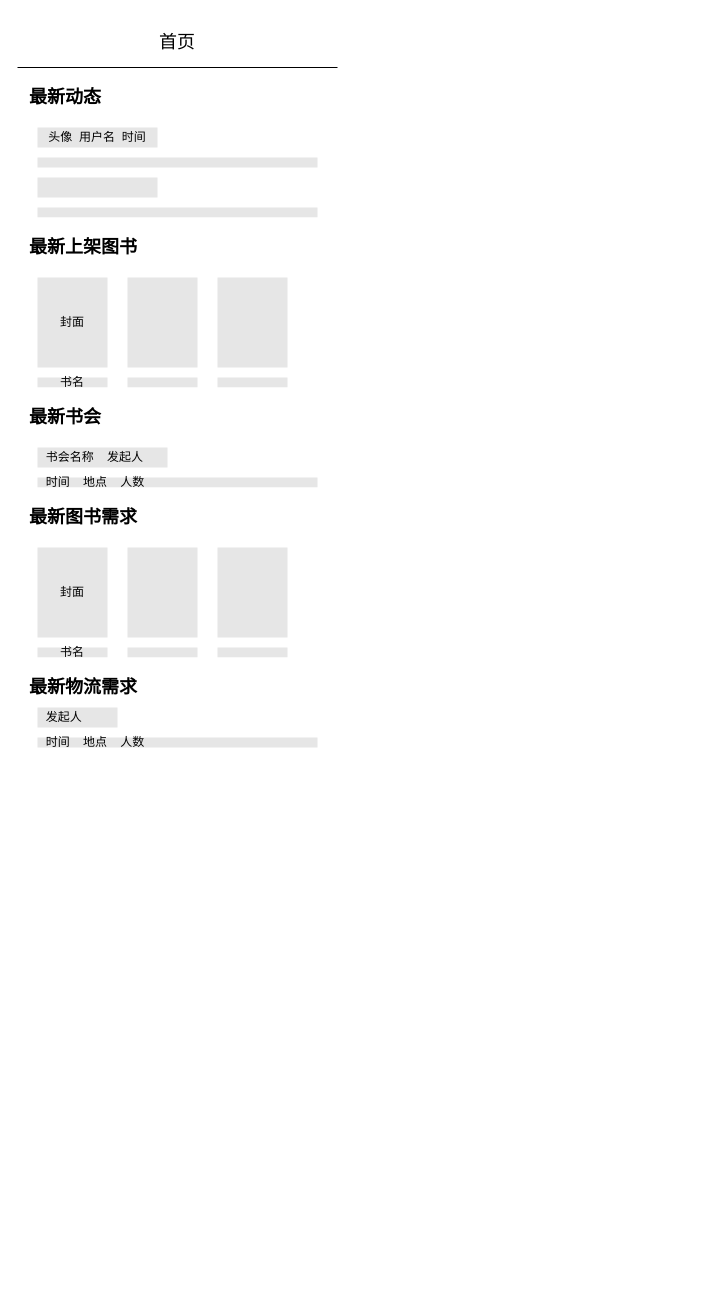
This is design/Wireframes.drawio from New-Citizen-Program/WavePure, a draw.io file, before an edit. Source tidied: cells renumbered, new cells numbered last; positions are measured from the earlier drawing's top-left corner, leaving out a move shared by most shapes. Both pictures are drawn from the tidied source at 100%, with x=0, y=0 at pixel (17, 17).
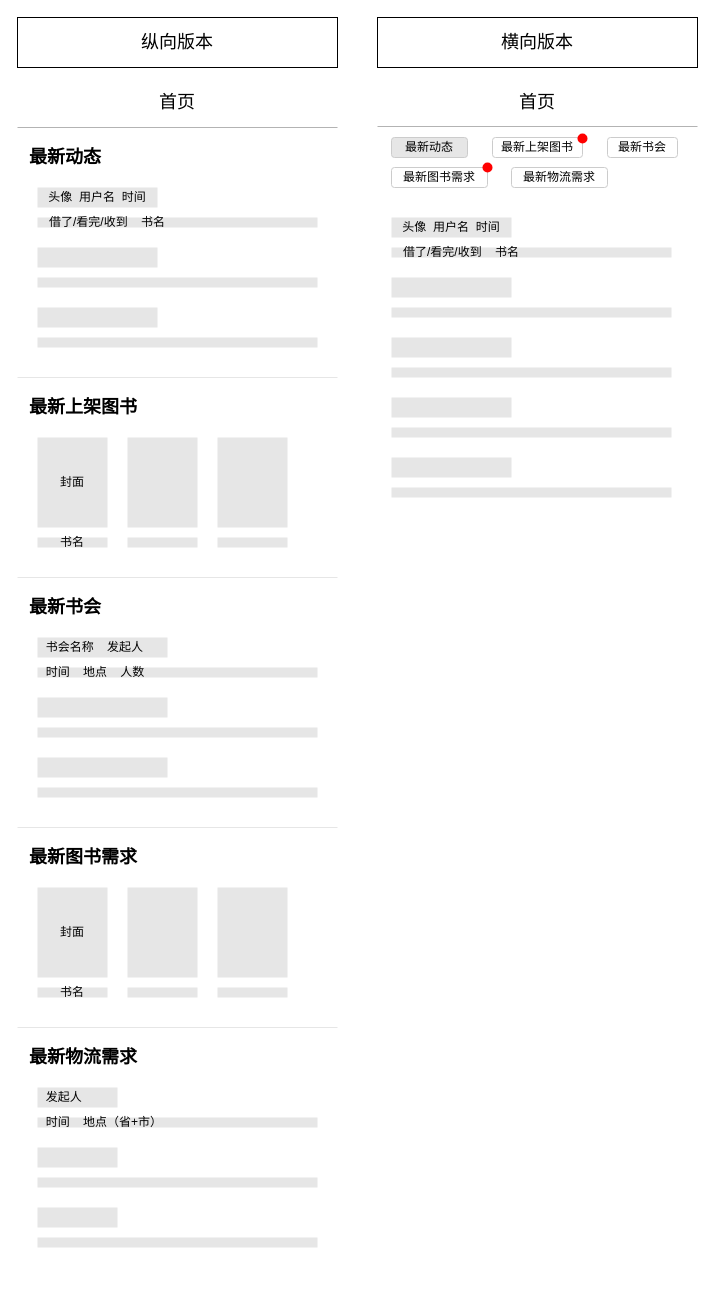
Above is the later version.

What changed in the source:
```diff
@@
     <mxCell id="2" style="rounded=0;whiteSpace=wrap;html=1;fillColor=#ffffff;strokeColor=none;" parent="1" vertex="1">
-      <mxGeometry width="320" height="1000" as="geometry" />
+      <mxGeometry y="60" width="320" height="1200" as="geometry" />
     </mxCell>
     <mxCell id="3" value="&lt;span style=&quot;font-size: 18px&quot;&gt;首页&lt;/span&gt;" style="rounded=0;whiteSpace=wrap;html=1;fillColor=#ffffff;strokeColor=none;" parent="1" vertex="1">
-      <mxGeometry width="320" height="50" as="geometry" />
+      <mxGeometry y="60" width="320" height="50" as="geometry" />
     </mxCell>
     <mxCell id="4" value="&lt;font style=&quot;font-size: 18px&quot;&gt;&lt;b&gt;&amp;nbsp; 最新动态&lt;/b&gt;&lt;/font&gt;" style="rounded=0;whiteSpace=wrap;html=1;fillColor=#ffffff;align=left;strokeColor=none;" parent="1" vertex="1">
-      <mxGeometry y="50" width="320" height="60" as="geometry" />
+      <mxGeometry y="110" width="320" height="60" as="geometry" />
     </mxCell>
     <mxCell id="5" value="头像&amp;nbsp; 用户名&amp;nbsp; 时间" style="rounded=0;whiteSpace=wrap;html=1;fillColor=#E6E6E6;strokeColor=none;" parent="1" vertex="1">
-      <mxGeometry x="20" y="110" width="120" height="20" as="geometry" />
+      <mxGeometry x="20" y="170" width="120" height="20" as="geometry" />
     </mxCell>
-    <mxCell id="6" style="rounded=0;whiteSpace=wrap;html=1;fillColor=#E6E6E6;strokeColor=none;" parent="1" vertex="1">
-      <mxGeometry x="20" y="140" width="280" height="10" as="geometry" />
+    <mxCell id="6" value="&amp;nbsp; &amp;nbsp;借了/看完/收到&amp;nbsp; &amp;nbsp; 书名" style="rounded=0;whiteSpace=wrap;html=1;fillColor=#E6E6E6;strokeColor=none;align=left;" parent="1" vertex="1">
+      <mxGeometry x="20" y="200" width="280" height="10" as="geometry" />
     </mxCell>
-    <mxCell id="7" style="rounded=0;whiteSpace=wrap;html=1;fillColor=#E6E6E6;strokeColor=none;" parent="1" vertex="1">
-      <mxGeometry x="20" y="190" width="280" height="10" as="geometry" />
+    <mxCell id="7" style="rounded=0;whiteSpace=wrap;html=1;fillColor=#E6E6E6;strokeColor=none;align=left;" parent="1" vertex="1">
+      <mxGeometry x="20" y="260" width="280" height="10" as="geometry" />
     </mxCell>
     <mxCell id="8" style="rounded=0;whiteSpace=wrap;html=1;fillColor=#E6E6E6;strokeColor=none;" parent="1" vertex="1">
-      <mxGeometry x="20" y="160" width="120" height="20" as="geometry" />
+      <mxGeometry x="20" y="230" width="120" height="20" as="geometry" />
     </mxCell>
     <mxCell id="9" value="&lt;font style=&quot;font-size: 18px&quot;&gt;&lt;b&gt;&amp;nbsp; 最新上架图书&lt;/b&gt;&lt;/font&gt;" style="rounded=0;whiteSpace=wrap;html=1;fillColor=#ffffff;align=left;strokeColor=none;" parent="1" vertex="1">
-      <mxGeometry y="200" width="320" height="60" as="geometry" />
+      <mxGeometry y="360" width="320" height="60" as="geometry" />
     </mxCell>
     <mxCell id="10" value="封面" style="rounded=0;whiteSpace=wrap;html=1;fillColor=#E6E6E6;strokeColor=none;" parent="1" vertex="1">
-      <mxGeometry x="20" y="260" width="70" height="90" as="geometry" />
+      <mxGeometry x="20" y="420" width="70" height="90" as="geometry" />
     </mxCell>
     <mxCell id="11" style="rounded=0;whiteSpace=wrap;html=1;fillColor=#E6E6E6;strokeColor=none;" parent="1" vertex="1">
-      <mxGeometry x="110" y="260" width="70" height="90" as="geometry" />
+      <mxGeometry x="110" y="420" width="70" height="90" as="geometry" />
     </mxCell>
     <mxCell id="12" style="rounded=0;whiteSpace=wrap;html=1;fillColor=#E6E6E6;strokeColor=none;" parent="1" vertex="1">
-      <mxGeometry x="200" y="260" width="70" height="90" as="geometry" />
+      <mxGeometry x="200" y="420" width="70" height="90" as="geometry" />
     </mxCell>
     <mxCell id="13" value="书名" style="rounded=0;whiteSpace=wrap;html=1;fillColor=#E6E6E6;strokeColor=none;" parent="1" vertex="1">
-      <mxGeometry x="20" y="360" width="70" height="10" as="geometry" />
+      <mxGeometry x="20" y="520" width="70" height="10" as="geometry" />
     </mxCell>
     <mxCell id="14" style="rounded=0;whiteSpace=wrap;html=1;fillColor=#E6E6E6;strokeColor=none;" parent="1" vertex="1">
-      <mxGeometry x="110" y="360" width="70" height="10" as="geometry" />
+      <mxGeometry x="110" y="520" width="70" height="10" as="geometry" />
     </mxCell>
     <mxCell id="15" style="rounded=0;whiteSpace=wrap;html=1;fillColor=#E6E6E6;strokeColor=none;" parent="1" vertex="1">
-      <mxGeometry x="200" y="360" width="70" height="10" as="geometry" />
+      <mxGeometry x="200" y="520" width="70" height="10" as="geometry" />
     </mxCell>
     <mxCell id="16" value="&lt;font style=&quot;font-size: 18px&quot;&gt;&lt;b&gt;&amp;nbsp; 最新书会&lt;/b&gt;&lt;/font&gt;" style="rounded=0;whiteSpace=wrap;html=1;fillColor=#ffffff;align=left;strokeColor=none;" parent="1" vertex="1">
-      <mxGeometry y="370" width="320" height="60" as="geometry" />
+      <mxGeometry y="560" width="320" height="60" as="geometry" />
     </mxCell>
-    <mxCell id="17" style="endArrow=none;html=1;exitX=1;exitY=0;exitDx=0;exitDy=0;entryX=0;entryY=0;entryDx=0;entryDy=0;" parent="1" edge="1" source="4" target="4">
+    <mxCell id="17" style="endArrow=none;html=1;exitX=1;exitY=0;exitDx=0;exitDy=0;entryX=0;entryY=0;entryDx=0;entryDy=0;strokeColor=#B3B3B3;" parent="1" edge="1" source="4" target="4">
       <mxGeometry relative="1" as="geometry" />
     </mxCell>
     <mxCell id="18" value="&amp;nbsp; 书会名称&amp;nbsp; &amp;nbsp; 发起人" style="rounded=0;whiteSpace=wrap;html=1;fillColor=#E6E6E6;strokeColor=none;align=left;" parent="1" vertex="1">
-      <mxGeometry x="20" y="430" width="130" height="20" as="geometry" />
+      <mxGeometry x="20" y="620" width="130" height="20" as="geometry" />
     </mxCell>
     <mxCell id="19" value="&lt;span&gt;&amp;nbsp; 时间&amp;nbsp; &amp;nbsp; 地点&amp;nbsp; &amp;nbsp; 人数&lt;/span&gt;" style="rounded=0;whiteSpace=wrap;html=1;fillColor=#E6E6E6;strokeColor=none;align=left;" parent="1" vertex="1">
-      <mxGeometry x="20" y="460" width="280" height="10" as="geometry" />
+      <mxGeometry x="20" y="650" width="280" height="10" as="geometry" />
     </mxCell>
     <mxCell id="20" value="&lt;font style=&quot;font-size: 18px&quot;&gt;&lt;b&gt;&amp;nbsp; 最新图书需求&lt;/b&gt;&lt;/font&gt;" style="rounded=0;whiteSpace=wrap;html=1;fillColor=#ffffff;align=left;strokeColor=none;" parent="1" vertex="1">
-      <mxGeometry y="470" width="320" height="60" as="geometry" />
+      <mxGeometry y="810" width="320" height="60" as="geometry" />
     </mxCell>
     <mxCell id="21" value="封面" style="rounded=0;whiteSpace=wrap;html=1;fillColor=#E6E6E6;strokeColor=none;" parent="1" vertex="1">
-      <mxGeometry x="20" y="530" width="70" height="90" as="geometry" />
+      <mxGeometry x="20" y="870" width="70" height="90" as="geometry" />
     </mxCell>
     <mxCell id="22" style="rounded=0;whiteSpace=wrap;html=1;fillColor=#E6E6E6;strokeColor=none;" parent="1" vertex="1">
-      <mxGeometry x="110" y="530" width="70" height="90" as="geometry" />
+      <mxGeometry x="110" y="870" width="70" height="90" as="geometry" />
     </mxCell>
     <mxCell id="23" style="rounded=0;whiteSpace=wrap;html=1;fillColor=#E6E6E6;strokeColor=none;" parent="1" vertex="1">
-      <mxGeometry x="200" y="530" width="70" height="90" as="geometry" />
+      <mxGeometry x="200" y="870" width="70" height="90" as="geometry" />
     </mxCell>
     <mxCell id="24" value="书名" style="rounded=0;whiteSpace=wrap;html=1;fillColor=#E6E6E6;strokeColor=none;" parent="1" vertex="1">
-      <mxGeometry x="20" y="630" width="70" height="10" as="geometry" />
+      <mxGeometry x="20" y="970" width="70" height="10" as="geometry" />
     </mxCell>
     <mxCell id="25" style="rounded=0;whiteSpace=wrap;html=1;fillColor=#E6E6E6;strokeColor=none;" parent="1" vertex="1">
-      <mxGeometry x="110" y="630" width="70" height="10" as="geometry" />
+      <mxGeometry x="110" y="970" width="70" height="10" as="geometry" />
     </mxCell>
     <mxCell id="26" style="rounded=0;whiteSpace=wrap;html=1;fillColor=#E6E6E6;strokeColor=none;" parent="1" vertex="1">
-      <mxGeometry x="200" y="630" width="70" height="10" as="geometry" />
+      <mxGeometry x="200" y="970" width="70" height="10" as="geometry" />
     </mxCell>
     <mxCell id="27" value="&lt;font style=&quot;font-size: 18px&quot;&gt;&lt;b&gt;&amp;nbsp; 最新物流需求&lt;/b&gt;&lt;/font&gt;" style="rounded=0;whiteSpace=wrap;html=1;fillColor=#ffffff;align=left;strokeColor=none;" parent="1" vertex="1">
-      <mxGeometry y="640" width="320" height="60" as="geometry" />
+      <mxGeometry y="1010" width="320" height="60" as="geometry" />
     </mxCell>
     <mxCell id="28" value="&amp;nbsp; 发起人" style="rounded=0;whiteSpace=wrap;html=1;fillColor=#E6E6E6;strokeColor=none;align=left;" parent="1" vertex="1">
-      <mxGeometry x="20" y="690" width="80" height="20" as="geometry" />
+      <mxGeometry x="20" y="1070" width="80" height="20" as="geometry" />
     </mxCell>
-    <mxCell id="29" value="&lt;span&gt;&amp;nbsp; 时间&amp;nbsp; &amp;nbsp; 地点&amp;nbsp; &amp;nbsp; 人数&lt;/span&gt;" style="rounded=0;whiteSpace=wrap;html=1;fillColor=#E6E6E6;strokeColor=none;align=left;" parent="1" vertex="1">
-      <mxGeometry x="20" y="720" width="280" height="10" as="geometry" />
+    <mxCell id="29" value="&lt;span&gt;&amp;nbsp; 时间&amp;nbsp; &amp;nbsp; 地点（省+市）&amp;nbsp;&lt;/span&gt;" style="rounded=0;whiteSpace=wrap;html=1;fillColor=#E6E6E6;strokeColor=none;align=left;" parent="1" vertex="1">
+      <mxGeometry x="20" y="1100" width="280" height="10" as="geometry" />
     </mxCell>
+    <mxCell id="30" style="rounded=0;whiteSpace=wrap;html=1;fillColor=#E6E6E6;strokeColor=none;align=left;" parent="1" vertex="1">
+      <mxGeometry x="20" y="320" width="280" height="10" as="geometry" />
+    </mxCell>
+    <mxCell id="31" style="rounded=0;whiteSpace=wrap;html=1;fillColor=#E6E6E6;strokeColor=none;" parent="1" vertex="1">
+      <mxGeometry x="20" y="290" width="120" height="20" as="geometry" />
+    </mxCell>
+    <mxCell id="32" style="endArrow=none;html=1;exitX=1;exitY=0;exitDx=0;exitDy=0;entryX=0;entryY=0;entryDx=0;entryDy=0;strokeColor=#E6E6E6;" parent="1" edge="1">
+      <mxGeometry relative="1" as="geometry">
+        <mxPoint x="320" y="360" as="sourcePoint" />
+        <mxPoint y="360" as="targetPoint" />
+      </mxGeometry>
+    </mxCell>
+    <mxCell id="33" style="endArrow=none;html=1;exitX=1;exitY=0;exitDx=0;exitDy=0;entryX=0;entryY=0;entryDx=0;entryDy=0;strokeColor=#E6E6E6;" parent="1" edge="1">
+      <mxGeometry relative="1" as="geometry">
+        <mxPoint x="320" y="560" as="sourcePoint" />
+        <mxPoint y="560" as="targetPoint" />
+      </mxGeometry>
+    </mxCell>
+    <mxCell id="34" style="rounded=0;whiteSpace=wrap;html=1;fillColor=#E6E6E6;strokeColor=none;align=left;" parent="1" vertex="1">
+      <mxGeometry x="20" y="680" width="130" height="20" as="geometry" />
+    </mxCell>
+    <mxCell id="35" style="rounded=0;whiteSpace=wrap;html=1;fillColor=#E6E6E6;strokeColor=none;align=left;" parent="1" vertex="1">
+      <mxGeometry x="20" y="710" width="280" height="10" as="geometry" />
+    </mxCell>
+    <mxCell id="36" style="rounded=0;whiteSpace=wrap;html=1;fillColor=#E6E6E6;strokeColor=none;align=left;" parent="1" vertex="1">
+      <mxGeometry x="20" y="740" width="130" height="20" as="geometry" />
+    </mxCell>
+    <mxCell id="37" style="rounded=0;whiteSpace=wrap;html=1;fillColor=#E6E6E6;strokeColor=none;align=left;" parent="1" vertex="1">
+      <mxGeometry x="20" y="770" width="280" height="10" as="geometry" />
+    </mxCell>
+    <mxCell id="38" style="endArrow=none;html=1;exitX=1;exitY=0;exitDx=0;exitDy=0;entryX=0;entryY=0;entryDx=0;entryDy=0;strokeColor=#E6E6E6;" parent="1" edge="1">
+      <mxGeometry relative="1" as="geometry">
+        <mxPoint x="320" y="810" as="sourcePoint" />
+        <mxPoint y="810" as="targetPoint" />
+      </mxGeometry>
+    </mxCell>
+    <mxCell id="39" style="endArrow=none;html=1;exitX=1;exitY=0;exitDx=0;exitDy=0;entryX=0;entryY=0;entryDx=0;entryDy=0;strokeColor=#E6E6E6;" parent="1" edge="1">
+      <mxGeometry relative="1" as="geometry">
+        <mxPoint x="320" y="1010" as="sourcePoint" />
+        <mxPoint y="1010" as="targetPoint" />
+      </mxGeometry>
+    </mxCell>
+    <mxCell id="40" style="rounded=0;whiteSpace=wrap;html=1;fillColor=#E6E6E6;strokeColor=none;align=left;" parent="1" vertex="1">
+      <mxGeometry x="20" y="1130" width="80" height="20" as="geometry" />
+    </mxCell>
+    <mxCell id="41" style="rounded=0;whiteSpace=wrap;html=1;fillColor=#E6E6E6;strokeColor=none;align=left;" parent="1" vertex="1">
+      <mxGeometry x="20" y="1160" width="280" height="10" as="geometry" />
+    </mxCell>
+    <mxCell id="42" style="rounded=0;whiteSpace=wrap;html=1;fillColor=#E6E6E6;strokeColor=none;align=left;" parent="1" vertex="1">
+      <mxGeometry x="20" y="1190" width="80" height="20" as="geometry" />
+    </mxCell>
+    <mxCell id="43" style="rounded=0;whiteSpace=wrap;html=1;fillColor=#E6E6E6;strokeColor=none;align=left;" parent="1" vertex="1">
+      <mxGeometry x="20" y="1220" width="280" height="10" as="geometry" />
+    </mxCell>
+    <mxCell id="44" style="rounded=0;whiteSpace=wrap;html=1;fillColor=#ffffff;strokeColor=none;" parent="1" vertex="1">
+      <mxGeometry x="360" y="60" width="320" height="540" as="geometry" />
+    </mxCell>
+    <mxCell id="45" value="&lt;span style=&quot;font-size: 18px&quot;&gt;首页&lt;/span&gt;" style="rounded=0;whiteSpace=wrap;html=1;fillColor=#ffffff;strokeColor=none;" parent="1" vertex="1">
+      <mxGeometry x="360" y="60" width="320" height="50" as="geometry" />
+    </mxCell>
+    <mxCell id="46" value="&lt;span style=&quot;font-size: 18px&quot;&gt;纵向版本&lt;/span&gt;" style="rounded=0;whiteSpace=wrap;html=1;fillColor=#ffffff;" parent="1" vertex="1">
+      <mxGeometry width="320" height="50" as="geometry" />
+    </mxCell>
+    <mxCell id="47" value="&lt;span style=&quot;font-size: 18px&quot;&gt;横向版本&lt;/span&gt;" style="rounded=0;whiteSpace=wrap;html=1;fillColor=#ffffff;" parent="1" vertex="1">
+      <mxGeometry x="360" width="320" height="50" as="geometry" />
+    </mxCell>
+    <mxCell id="48" style="endArrow=none;html=1;exitX=1;exitY=0;exitDx=0;exitDy=0;entryX=0;entryY=0;entryDx=0;entryDy=0;strokeColor=#B3B3B3;" parent="1" edge="1">
+      <mxGeometry relative="1" as="geometry">
+        <mxPoint x="680" y="109" as="sourcePoint" />
+        <mxPoint x="360" y="109" as="targetPoint" />
+      </mxGeometry>
+    </mxCell>
+    <mxCell id="49" value="最新动态" style="rounded=1;whiteSpace=wrap;html=1;strokeColor=#CCCCCC;fillColor=#E6E6E6;" parent="1" vertex="1">
+      <mxGeometry x="374" y="120" width="76" height="20" as="geometry" />
+    </mxCell>
+    <mxCell id="50" value="最新上架图书" style="rounded=1;whiteSpace=wrap;html=1;strokeColor=#CCCCCC;" parent="1" vertex="1">
+      <mxGeometry x="475" y="120" width="90" height="20" as="geometry" />
+    </mxCell>
+    <mxCell id="51" value="最新书会" style="rounded=1;whiteSpace=wrap;html=1;strokeColor=#CCCCCC;" parent="1" vertex="1">
+      <mxGeometry x="590" y="120" width="70" height="20" as="geometry" />
+    </mxCell>
+    <mxCell id="52" value="最新图书需求" style="rounded=1;whiteSpace=wrap;html=1;strokeColor=#CCCCCC;" parent="1" vertex="1">
+      <mxGeometry x="374" y="150" width="96" height="20" as="geometry" />
+    </mxCell>
+    <mxCell id="53" value="最新物流需求" style="rounded=1;whiteSpace=wrap;html=1;strokeColor=#CCCCCC;" parent="1" vertex="1">
+      <mxGeometry x="494" y="150" width="96" height="20" as="geometry" />
+    </mxCell>
+    <mxCell id="54" value="头像&amp;nbsp; 用户名&amp;nbsp; 时间" style="rounded=0;whiteSpace=wrap;html=1;fillColor=#E6E6E6;strokeColor=none;" parent="1" vertex="1">
+      <mxGeometry x="374" y="200" width="120" height="20" as="geometry" />
+    </mxCell>
+    <mxCell id="55" value="&amp;nbsp; &amp;nbsp;借了/看完/收到&amp;nbsp; &amp;nbsp; 书名" style="rounded=0;whiteSpace=wrap;html=1;fillColor=#E6E6E6;strokeColor=none;align=left;" parent="1" vertex="1">
+      <mxGeometry x="374" y="230" width="280" height="10" as="geometry" />
+    </mxCell>
+    <mxCell id="56" style="rounded=0;whiteSpace=wrap;html=1;fillColor=#E6E6E6;strokeColor=none;align=left;" parent="1" vertex="1">
+      <mxGeometry x="374" y="290" width="280" height="10" as="geometry" />
+    </mxCell>
+    <mxCell id="57" style="rounded=0;whiteSpace=wrap;html=1;fillColor=#E6E6E6;strokeColor=none;" parent="1" vertex="1">
+      <mxGeometry x="374" y="260" width="120" height="20" as="geometry" />
+    </mxCell>
+    <mxCell id="58" style="rounded=0;whiteSpace=wrap;html=1;fillColor=#E6E6E6;strokeColor=none;align=left;" parent="1" vertex="1">
+      <mxGeometry x="374" y="350" width="280" height="10" as="geometry" />
+    </mxCell>
+    <mxCell id="59" style="rounded=0;whiteSpace=wrap;html=1;fillColor=#E6E6E6;strokeColor=none;" parent="1" vertex="1">
+      <mxGeometry x="374" y="320" width="120" height="20" as="geometry" />
+    </mxCell>
+    <mxCell id="60" style="rounded=0;whiteSpace=wrap;html=1;fillColor=#E6E6E6;strokeColor=none;align=left;" parent="1" vertex="1">
+      <mxGeometry x="374" y="410" width="280" height="10" as="geometry" />
+    </mxCell>
+    <mxCell id="61" style="rounded=0;whiteSpace=wrap;html=1;fillColor=#E6E6E6;strokeColor=none;" parent="1" vertex="1">
+      <mxGeometry x="374" y="380" width="120" height="20" as="geometry" />
+    </mxCell>
+    <mxCell id="62" style="rounded=0;whiteSpace=wrap;html=1;fillColor=#E6E6E6;strokeColor=none;align=left;" parent="1" vertex="1">
+      <mxGeometry x="374" y="470" width="280" height="10" as="geometry" />
+    </mxCell>
+    <mxCell id="63" style="rounded=0;whiteSpace=wrap;html=1;fillColor=#E6E6E6;strokeColor=none;" parent="1" vertex="1">
+      <mxGeometry x="374" y="440" width="120" height="20" as="geometry" />
+    </mxCell>
+    <mxCell id="64" style="ellipse;whiteSpace=wrap;html=1;fillColor=#FF0000;strokeColor=none;" parent="1" vertex="1">
+      <mxGeometry x="560" y="116" width="10" height="10" as="geometry" />
+    </mxCell>
+    <mxCell id="65" style="ellipse;whiteSpace=wrap;html=1;fillColor=#FF0000;strokeColor=none;" parent="1" vertex="1">
+      <mxGeometry x="465" y="145" width="10" height="10" as="geometry" />
+    </mxCell>
```
